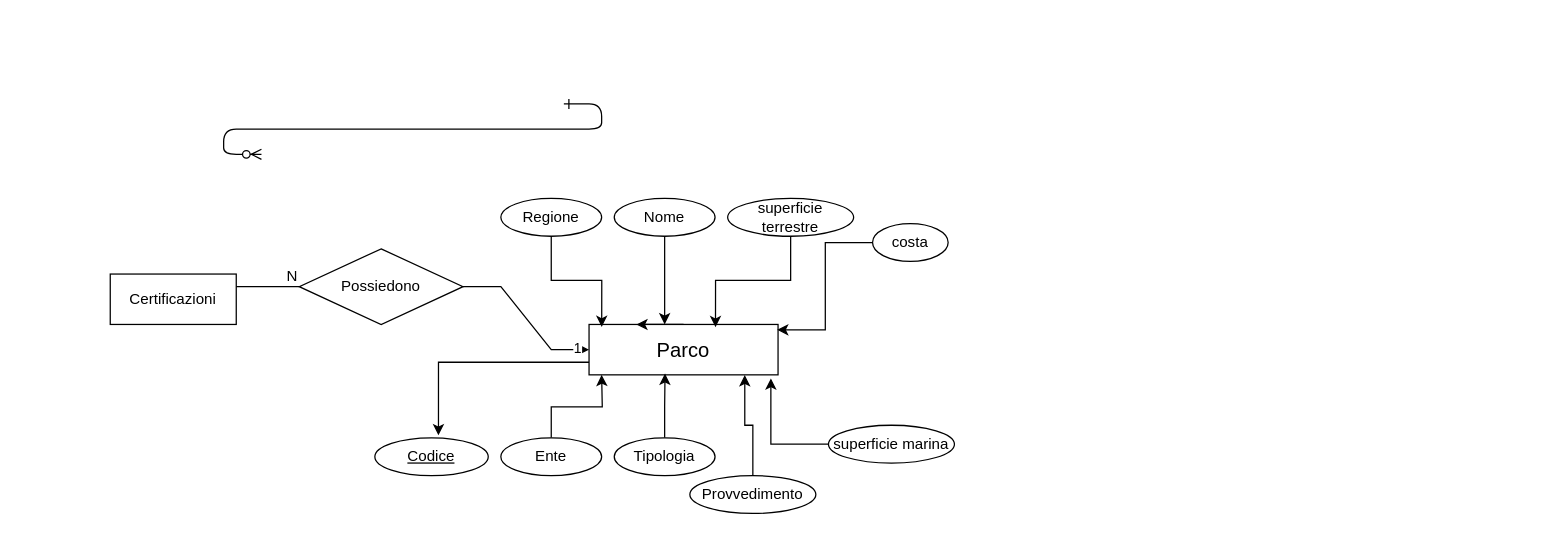
DavideCorrendo/DB-project-unito keeps this draw.io diagram as ProgettoDB.drawio. Above is the earlier version. Source tidied: cells renumbered, new cells numbered last; positions are measured from the earlier drawing's top-left corner, leaving out a move shared by most shapes. Both pictures are drawn from the tidied source at 126%, with x=0, y=0 at pixel (110, 103).
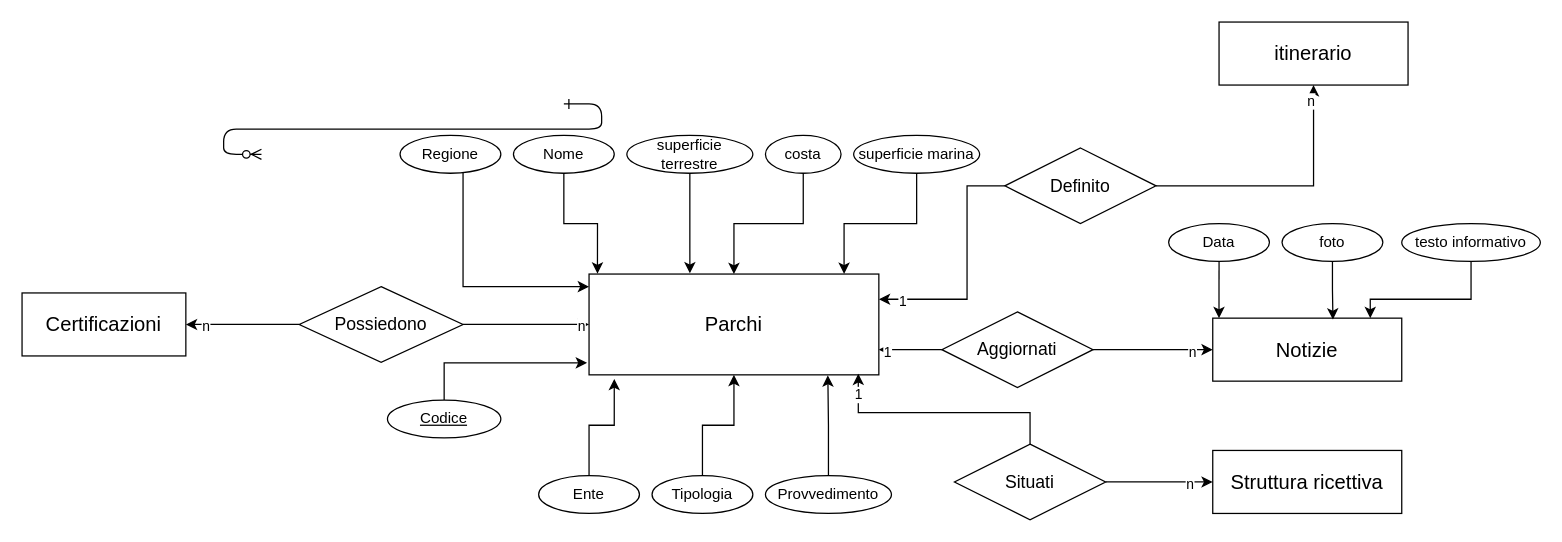
After the change.

Commit message (it also covers changes not shown here):
cacca pupu

What changed in the source:
```diff
@@
-    <mxCell id="3" style="edgeStyle=orthogonalEdgeStyle;rounded=0;jettySize=auto;html=1;fontFamily=Helvetica;fontSize=12;fontColor=default;exitX=0;exitY=0.75;exitDx=0;exitDy=0;entryX=0.561;entryY=-0.068;entryDx=0;entryDy=0;entryPerimeter=0;" parent="1" edge="1" source="4" target="5">
-      <mxGeometry relative="1" as="geometry">
-        <Array as="points">
-          <mxPoint x="260" y="205" />
-          <mxPoint x="260" y="263" />
-        </Array>
-      </mxGeometry>
-    </mxCell>
-    <mxCell id="4" value="&lt;font style=&quot;font-size: 16px;&quot;&gt;Parco&lt;/font&gt;" style="whiteSpace=wrap;html=1;align=center;" parent="1" vertex="1">
-      <mxGeometry x="380" y="175" width="150" height="40" as="geometry" />
+    <mxCell id="4" value="&lt;font&gt;Parchi&lt;/font&gt;" style="whiteSpace=wrap;html=1;align=center;fontSize=16;" parent="1" vertex="1">
+      <mxGeometry x="380" y="135" width="230" height="80" as="geometry" />
     </mxCell>
+    <mxCell id="29" style="edgeStyle=orthogonalEdgeStyle;rounded=0;jettySize=auto;html=1;entryX=-0.007;entryY=0.881;entryDx=0;entryDy=0;entryPerimeter=0;" parent="1" edge="1" source="5" target="4">
+      <mxGeometry relative="1" as="geometry">
+        <Array as="points">
+          <mxPoint x="265" y="205" />
+          <mxPoint x="378" y="205" />
+        </Array>
+      </mxGeometry>
+    </mxCell>
     <mxCell id="5" value="Codice" style="ellipse;whiteSpace=wrap;html=1;align=center;fontStyle=4;" parent="1" vertex="1">
-      <mxGeometry x="210" y="265" width="90" height="30" as="geometry" />
+      <mxGeometry x="220" y="235" width="90" height="30" as="geometry" />
     </mxCell>
-    <mxCell id="6" style="edgeStyle=orthogonalEdgeStyle;rounded=0;jettySize=auto;html=1;fontFamily=Helvetica;fontSize=12;fontColor=default;fontStyle=4;" parent="1" edge="1" source="7">
-      <mxGeometry relative="1" as="geometry">
-        <mxPoint x="440" y="175" as="targetPoint" />
-      </mxGeometry>
+    <mxCell id="6" style="edgeStyle=orthogonalEdgeStyle;rounded=0;jettySize=auto;html=1;fontFamily=Helvetica;fontSize=12;fontColor=default;fontStyle=4;entryX=0.029;entryY=-0.004;entryDx=0;entryDy=0;entryPerimeter=0;" parent="1" edge="1" source="7" target="4">
+      <mxGeometry relative="1" as="geometry" />
     </mxCell>
     <mxCell id="7" value="Nome" style="ellipse;whiteSpace=wrap;html=1;align=center;strokeColor=default;verticalAlign=middle;fontFamily=Helvetica;fontSize=12;fontColor=default;fillColor=default;" parent="1" vertex="1">
-      <mxGeometry x="400" y="75" width="80" height="30" as="geometry" />
+      <mxGeometry x="320" y="25" width="80" height="30" as="geometry" />
     </mxCell>
-    <mxCell id="8" style="edgeStyle=orthogonalEdgeStyle;rounded=0;jettySize=auto;html=1;fontFamily=Helvetica;fontSize=12;fontColor=default;entryX=0.067;entryY=0.05;entryDx=0;entryDy=0;entryPerimeter=0;" parent="1" edge="1" source="9" target="4">
-      <mxGeometry relative="1" as="geometry" />
-    </mxCell>
+    <mxCell id="30" style="edgeStyle=orthogonalEdgeStyle;rounded=0;jettySize=auto;html=1;" parent="1" edge="1" source="9">
+      <mxGeometry relative="1" as="geometry">
+        <mxPoint x="380" y="145" as="targetPoint" />
+        <Array as="points">
+          <mxPoint x="280" y="145" />
+        </Array>
+      </mxGeometry>
+    </mxCell>
     <mxCell id="9" value="Regione" style="ellipse;whiteSpace=wrap;html=1;align=center;strokeColor=default;verticalAlign=middle;fontFamily=Helvetica;fontSize=12;fontColor=default;fillColor=default;" parent="1" vertex="1">
-      <mxGeometry x="310" y="75" width="80" height="30" as="geometry" />
+      <mxGeometry x="230" y="25" width="80" height="30" as="geometry" />
     </mxCell>
-    <mxCell id="10" style="edgeStyle=orthogonalEdgeStyle;rounded=0;orthogonalLoop=1;jettySize=auto;html=1;exitX=0.5;exitY=0;exitDx=0;exitDy=0;entryX=0.25;entryY=0;entryDx=0;entryDy=0;fontFamily=Helvetica;fontSize=12;fontColor=default;fontStyle=4;" parent="1" edge="1" source="4" target="4">
-      <mxGeometry relative="1" as="geometry" />
-    </mxCell>
-    <mxCell id="11" style="edgeStyle=orthogonalEdgeStyle;rounded=0;jettySize=auto;html=1;fontFamily=Helvetica;fontSize=12;fontColor=default;fontStyle=4;" parent="1" edge="1" source="12">
-      <mxGeometry relative="1" as="geometry">
-        <mxPoint x="390" y="215" as="targetPoint" />
-      </mxGeometry>
-    </mxCell>
+    <mxCell id="31" style="edgeStyle=orthogonalEdgeStyle;rounded=0;jettySize=auto;html=1;entryX=0.087;entryY=1.041;entryDx=0;entryDy=0;entryPerimeter=0;" parent="1" edge="1" source="12" target="4">
+      <mxGeometry relative="1" as="geometry" />
+    </mxCell>
     <mxCell id="12" value="Ente" style="ellipse;whiteSpace=wrap;html=1;align=center;strokeColor=default;verticalAlign=middle;fontFamily=Helvetica;fontSize=12;fontColor=default;fillColor=default;" parent="1" vertex="1">
-      <mxGeometry x="310" y="265" width="80" height="30" as="geometry" />
+      <mxGeometry x="340" y="295" width="80" height="30" as="geometry" />
     </mxCell>
-    <mxCell id="13" style="edgeStyle=orthogonalEdgeStyle;rounded=0;jettySize=auto;html=1;fontFamily=Helvetica;fontSize=12;fontColor=default;fontStyle=4;entryX=0.402;entryY=0.975;entryDx=0;entryDy=0;entryPerimeter=0;" parent="1" edge="1" source="14" target="4">
+    <mxCell id="13" style="edgeStyle=orthogonalEdgeStyle;rounded=0;jettySize=auto;html=1;" parent="1" edge="1" source="14" target="4">
       <mxGeometry relative="1" as="geometry" />
     </mxCell>
     <mxCell id="14" value="Tipologia" style="ellipse;whiteSpace=wrap;html=1;align=center;strokeColor=default;verticalAlign=middle;fontFamily=Helvetica;fontSize=12;fontColor=default;fillColor=default;" parent="1" vertex="1">
-      <mxGeometry x="400" y="265" width="80" height="30" as="geometry" />
+      <mxGeometry x="430" y="295" width="80" height="30" as="geometry" />
     </mxCell>
@@
     <mxCell id="16" value="Provvedimento" style="ellipse;whiteSpace=wrap;html=1;align=center;strokeColor=default;verticalAlign=middle;fontFamily=Helvetica;fontSize=12;fontColor=default;fillColor=default;" parent="1" vertex="1">
-      <mxGeometry x="460" y="295" width="100" height="30" as="geometry" />
+      <mxGeometry x="520" y="295" width="100" height="30" as="geometry" />
     </mxCell>
-    <mxCell id="17" style="edgeStyle=orthogonalEdgeStyle;rounded=0;jettySize=auto;html=1;fontFamily=Helvetica;fontSize=12;fontColor=default;fontStyle=4;entryX=0.669;entryY=0.055;entryDx=0;entryDy=0;entryPerimeter=0;" parent="1" edge="1" source="18" target="4">
-      <mxGeometry relative="1" as="geometry" />
+    <mxCell id="17" style="edgeStyle=orthogonalEdgeStyle;rounded=0;jettySize=auto;html=1;entryX=0.348;entryY=-0.007;entryDx=0;entryDy=0;entryPerimeter=0;" parent="1" edge="1" source="18" target="4">
+      <mxGeometry relative="1" as="geometry">
+        <Array as="points">
+          <mxPoint x="460" y="115" />
+          <mxPoint x="460" y="115" />
+        </Array>
+      </mxGeometry>
     </mxCell>
     <mxCell id="18" value="superficie terrestre" style="ellipse;whiteSpace=wrap;html=1;align=center;strokeColor=default;verticalAlign=middle;fontFamily=Helvetica;fontSize=12;fontColor=default;fillColor=default;" parent="1" vertex="1">
-      <mxGeometry x="490" y="75" width="100" height="30" as="geometry" />
+      <mxGeometry x="410" y="25" width="100" height="30" as="geometry" />
     </mxCell>
-    <mxCell id="19" style="edgeStyle=orthogonalEdgeStyle;rounded=0;jettySize=auto;html=1;fontFamily=Helvetica;fontSize=12;fontColor=default;fontStyle=4;entryX=0.962;entryY=1.07;entryDx=0;entryDy=0;entryPerimeter=0;" parent="1" edge="1" source="20" target="4">
+    <mxCell id="19" style="edgeStyle=orthogonalEdgeStyle;rounded=0;jettySize=auto;html=1;entryX=0.88;entryY=-0.001;entryDx=0;entryDy=0;entryPerimeter=0;" parent="1" edge="1" source="20" target="4">
       <mxGeometry relative="1" as="geometry" />
     </mxCell>
     <mxCell id="20" value="superficie marina" style="ellipse;whiteSpace=wrap;html=1;align=center;strokeColor=default;verticalAlign=middle;fontFamily=Helvetica;fontSize=12;fontColor=default;fillColor=default;" parent="1" vertex="1">
-      <mxGeometry x="570" y="255" width="100" height="30" as="geometry" />
+      <mxGeometry x="590" y="25" width="100" height="30" as="geometry" />
     </mxCell>
-    <mxCell id="21" style="edgeStyle=orthogonalEdgeStyle;rounded=0;jettySize=auto;html=1;fontFamily=Helvetica;fontSize=12;fontColor=default;fontStyle=4;entryX=0.995;entryY=0.107;entryDx=0;entryDy=0;entryPerimeter=0;" parent="1" edge="1" source="22" target="4">
+    <mxCell id="21" style="edgeStyle=orthogonalEdgeStyle;rounded=0;jettySize=auto;html=1;" parent="1" edge="1" source="22" target="4">
       <mxGeometry relative="1" as="geometry" />
     </mxCell>
     <mxCell id="22" value="costa" style="ellipse;whiteSpace=wrap;html=1;align=center;strokeColor=default;verticalAlign=middle;fontFamily=Helvetica;fontSize=12;fontColor=default;fillColor=default;" parent="1" vertex="1">
-      <mxGeometry x="605" y="95" width="60" height="30" as="geometry" />
+      <mxGeometry x="520" y="25" width="60" height="30" as="geometry" />
     </mxCell>
-    <mxCell id="23" value="Certificazioni" style="whiteSpace=wrap;html=1;align=center;strokeColor=default;verticalAlign=middle;fontFamily=Helvetica;fontSize=12;fontColor=default;fillColor=default;" parent="1" vertex="1">
-      <mxGeometry y="135" width="100" height="40" as="geometry" />
+    <mxCell id="23" value="Certificazioni" style="whiteSpace=wrap;html=1;align=center;strokeColor=default;verticalAlign=middle;fontFamily=Helvetica;fontSize=16;fontColor=default;fillColor=default;" parent="1" vertex="1">
+      <mxGeometry x="-70" y="150" width="130" height="50" as="geometry" />
     </mxCell>
-    <mxCell id="24" style="rounded=0;jettySize=auto;html=1;edgeStyle=entityRelationEdgeStyle;" parent="1" edge="1" source="26" target="4">
+    <mxCell id="24" style="edgeStyle=orthogonalEdgeStyle;rounded=0;jettySize=auto;html=1;" parent="1" edge="1" source="26" target="4">
       <mxGeometry relative="1" as="geometry" />
     </mxCell>
-    <mxCell id="25" value="1" style="edgeLabel;html=1;align=center;verticalAlign=middle;" parent="24" vertex="1">
-      <mxGeometry x="0.86" y="2" relative="1" as="geometry" />
-    </mxCell>
+    <mxCell id="32" value="n" style="edgeLabel;html=1;align=center;verticalAlign=middle;" parent="24" vertex="1">
+      <mxGeometry x="0.86" y="-1" relative="1" as="geometry" />
+    </mxCell>
+    <mxCell id="33" style="edgeStyle=orthogonalEdgeStyle;rounded=0;jettySize=auto;html=1;" parent="1" edge="1" source="26" target="23">
+      <mxGeometry relative="1" as="geometry" />
+    </mxCell>
+    <mxCell id="34" value="n" style="edgeLabel;html=1;align=center;verticalAlign=middle;" parent="33" vertex="1">
+      <mxGeometry x="0.67" y="1" relative="1" as="geometry" />
+    </mxCell>
-    <mxCell id="26" value="Possiedono" style="shape=rhombus;perimeter=rhombusPerimeter;whiteSpace=wrap;html=1;align=center;strokeColor=default;verticalAlign=middle;fontFamily=Helvetica;fontSize=12;fontColor=default;fillColor=default;" parent="1" vertex="1">
-      <mxGeometry x="150" y="115" width="130" height="60" as="geometry" />
+    <mxCell id="26" value="Possiedono" style="shape=rhombus;perimeter=rhombusPerimeter;whiteSpace=wrap;html=1;align=center;strokeColor=default;verticalAlign=middle;fontFamily=Helvetica;fontSize=14;fontColor=default;fillColor=default;" parent="1" vertex="1">
+      <mxGeometry x="150" y="145" width="130" height="60" as="geometry" />
     </mxCell>
-    <mxCell id="27" style="endArrow=none;html=1;rounded=0;fontFamily=Helvetica;fontSize=12;fontColor=default;fontStyle=4;exitX=1;exitY=0.25;exitDx=0;exitDy=0;entryX=0;entryY=0.5;entryDx=0;entryDy=0;" parent="1" edge="1" source="23" target="26">
-      <mxGeometry relative="1" as="geometry" />
-    </mxCell>
-    <mxCell id="28" value="N" style="html=1;whiteSpace=wrap;align=right;verticalAlign=bottom;strokeColor=default;fontFamily=Helvetica;fontSize=12;fontColor=default;fillColor=default;" parent="27" vertex="1">
-      <mxGeometry x="1" relative="1" as="geometry" />
-    </mxCell>
+    <mxCell id="35" value="Notizie" style="whiteSpace=wrap;html=1;align=center;fontSize=16;" parent="1" vertex="1">
+      <mxGeometry x="875" y="170" width="150" height="50" as="geometry" />
+    </mxCell>
+    <mxCell id="36" style="edgeStyle=orthogonalEdgeStyle;rounded=0;jettySize=auto;html=1;entryX=0.033;entryY=0;entryDx=0;entryDy=0;entryPerimeter=0;" parent="1" edge="1" source="37" target="35">
+      <mxGeometry relative="1" as="geometry" />
+    </mxCell>
+    <mxCell id="37" value="Data" style="ellipse;whiteSpace=wrap;html=1;align=center;strokeColor=default;verticalAlign=middle;fontFamily=Helvetica;fontSize=12;fontColor=default;fillColor=default;" parent="1" vertex="1">
+      <mxGeometry x="840" y="95" width="80" height="30" as="geometry" />
+    </mxCell>
+    <mxCell id="38" style="edgeStyle=orthogonalEdgeStyle;rounded=0;jettySize=auto;html=1;entryX=0.636;entryY=0.023;entryDx=0;entryDy=0;entryPerimeter=0;" parent="1" edge="1" source="39" target="35">
+      <mxGeometry relative="1" as="geometry" />
+    </mxCell>
+    <mxCell id="39" value="foto" style="ellipse;whiteSpace=wrap;html=1;align=center;strokeColor=default;verticalAlign=middle;fontFamily=Helvetica;fontSize=12;fontColor=default;fillColor=default;" parent="1" vertex="1">
+      <mxGeometry x="930" y="95" width="80" height="30" as="geometry" />
+    </mxCell>
+    <mxCell id="40" style="edgeStyle=orthogonalEdgeStyle;rounded=0;jettySize=auto;html=1;exitX=0.5;exitY=1;exitDx=0;exitDy=0;" parent="1" edge="1" source="41" target="35">
+      <mxGeometry relative="1" as="geometry">
+        <Array as="points">
+          <mxPoint x="1080" y="155" />
+          <mxPoint x="1000" y="155" />
+        </Array>
+      </mxGeometry>
+    </mxCell>
+    <mxCell id="41" value="testo informativo" style="ellipse;whiteSpace=wrap;html=1;align=center;strokeColor=default;verticalAlign=middle;fontFamily=Helvetica;fontSize=12;fontColor=default;fillColor=default;" parent="1" vertex="1">
+      <mxGeometry x="1025" y="95" width="110" height="30" as="geometry" />
+    </mxCell>
+    <mxCell id="42" style="edgeStyle=orthogonalEdgeStyle;rounded=0;jettySize=auto;html=1;" parent="1" edge="1" source="46" target="35">
+      <mxGeometry relative="1" as="geometry" />
+    </mxCell>
+    <mxCell id="43" value="n" style="edgeLabel;html=1;align=center;verticalAlign=middle;" parent="42" vertex="1">
+      <mxGeometry x="0.65" y="-1" relative="1" as="geometry" />
+    </mxCell>
+    <mxCell id="44" style="edgeStyle=orthogonalEdgeStyle;rounded=0;jettySize=auto;html=1;" parent="1" edge="1" source="46" target="4">
+      <mxGeometry relative="1" as="geometry">
+        <Array as="points">
+          <mxPoint x="620" y="195" />
+          <mxPoint x="620" y="195" />
+        </Array>
+      </mxGeometry>
+    </mxCell>
+    <mxCell id="45" value="1" style="edgeLabel;html=1;align=center;verticalAlign=middle;" parent="44" vertex="1">
+      <mxGeometry x="0.76" y="1" relative="1" as="geometry" />
+    </mxCell>
+    <mxCell id="46" value="Aggiornati" style="shape=rhombus;perimeter=rhombusPerimeter;whiteSpace=wrap;html=1;align=center;fontSize=14;" parent="1" vertex="1">
+      <mxGeometry x="660" y="165" width="120" height="60" as="geometry" />
+    </mxCell>
+    <mxCell id="47" value="Struttura ricettiva" style="whiteSpace=wrap;html=1;align=center;fontSize=16;" parent="1" vertex="1">
+      <mxGeometry x="875" y="275" width="150" height="50" as="geometry" />
+    </mxCell>
+    <mxCell id="48" style="edgeStyle=orthogonalEdgeStyle;rounded=0;jettySize=auto;html=1;" parent="1" edge="1" source="52" target="47">
+      <mxGeometry relative="1" as="geometry" />
+    </mxCell>
+    <mxCell id="49" value="n" style="edgeLabel;html=1;align=center;verticalAlign=middle;" parent="48" vertex="1">
+      <mxGeometry x="0.56" y="-1" relative="1" as="geometry" />
+    </mxCell>
+    <mxCell id="50" style="edgeStyle=orthogonalEdgeStyle;rounded=0;jettySize=auto;html=1;entryX=0.929;entryY=0.989;entryDx=0;entryDy=0;entryPerimeter=0;" parent="1" edge="1" source="52" target="4">
+      <mxGeometry relative="1" as="geometry">
+        <Array as="points">
+          <mxPoint x="730" y="245" />
+          <mxPoint x="594" y="245" />
+        </Array>
+      </mxGeometry>
+    </mxCell>
+    <mxCell id="51" value="1" style="edgeLabel;html=1;align=center;verticalAlign=middle;" parent="50" vertex="1">
+      <mxGeometry x="0.83" relative="1" as="geometry" />
+    </mxCell>
+    <mxCell id="52" value="Situati" style="shape=rhombus;perimeter=rhombusPerimeter;whiteSpace=wrap;html=1;align=center;fontSize=14;" parent="1" vertex="1">
+      <mxGeometry x="670" y="270" width="120" height="60" as="geometry" />
+    </mxCell>
+    <mxCell id="53" value="itinerario" style="whiteSpace=wrap;html=1;align=center;fontSize=16;" parent="1" vertex="1">
+      <mxGeometry x="880" y="-65" width="150" height="50" as="geometry" />
+    </mxCell>
+    <mxCell id="54" style="edgeStyle=orthogonalEdgeStyle;rounded=0;jettySize=auto;html=1;" parent="1" edge="1" source="58" target="53">
+      <mxGeometry relative="1" as="geometry" />
+    </mxCell>
+    <mxCell id="55" value="n" style="edgeLabel;html=1;align=center;verticalAlign=middle;" parent="54" vertex="1">
+      <mxGeometry x="0.88" y="3" relative="1" as="geometry" />
+    </mxCell>
+    <mxCell id="56" style="edgeStyle=orthogonalEdgeStyle;rounded=0;jettySize=auto;html=1;entryX=1;entryY=0.25;entryDx=0;entryDy=0;" parent="1" edge="1" source="58" target="4">
+      <mxGeometry relative="1" as="geometry">
+        <Array as="points">
+          <mxPoint x="680" y="65" />
+          <mxPoint x="680" y="155" />
+        </Array>
+      </mxGeometry>
+    </mxCell>
+    <mxCell id="57" value="1" style="edgeLabel;html=1;align=center;verticalAlign=middle;" parent="56" vertex="1">
+      <mxGeometry x="0.81" y="1" relative="1" as="geometry" />
+    </mxCell>
+    <mxCell id="58" value="Definito" style="shape=rhombus;perimeter=rhombusPerimeter;whiteSpace=wrap;html=1;align=center;fontSize=14;" parent="1" vertex="1">
+      <mxGeometry x="710" y="35" width="120" height="60" as="geometry" />
+    </mxCell>
```
